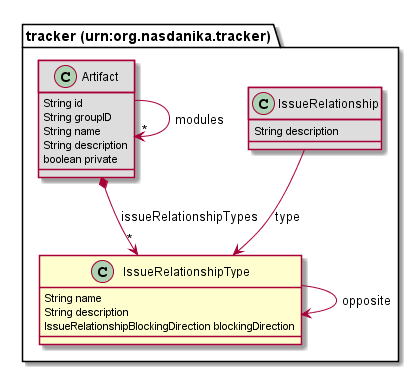
Before: org.nasdanika.tracker.repository/src/site/resources/modeldoc/75726e3a6f72672e6e617364616e696b612e747261636b6572/IssueRelationshipType.png, a diagram exported from PlantUML (Nasdanika/tracker). The source it was exported from:
```plantuml
@startuml
class "tracker (urn:org.nasdanika.tracker).IssueRelationshipType" [[#router/doc-content/75726e3a6f72672e6e617364616e696b612e747261636b6572/IssueRelationshipType.html]] {
	String name
	String description
	IssueRelationshipBlockingDirection blockingDirection
}
class "tracker (urn:org.nasdanika.tracker).IssueRelationship" [[#router/doc-content/75726e3a6f72672e6e617364616e696b612e747261636b6572/IssueRelationship.html{Relationship between issues.}]] #DDDDDD {
	String description
}
class "tracker (urn:org.nasdanika.tracker).Artifact" [[#router/doc-content/75726e3a6f72672e6e617364616e696b612e747261636b6572/Artifact.html{Maven artifact, a.k.a. }]] #DDDDDD {
	String id
	String groupID
	String name
	String description
	boolean private
}
"tracker (urn:org.nasdanika.tracker).IssueRelationship" --> "tracker (urn:org.nasdanika.tracker).IssueRelationshipType" : type
"tracker (urn:org.nasdanika.tracker).Artifact" --> "*" "tracker (urn:org.nasdanika.tracker).Artifact" : modules
"tracker (urn:org.nasdanika.tracker).Artifact" *--> "*" "tracker (urn:org.nasdanika.tracker).IssueRelationshipType" : issueRelationshipTypes
"tracker (urn:org.nasdanika.tracker).IssueRelationshipType" --> "tracker (urn:org.nasdanika.tracker).IssueRelationshipType" : opposite
@enduml
```
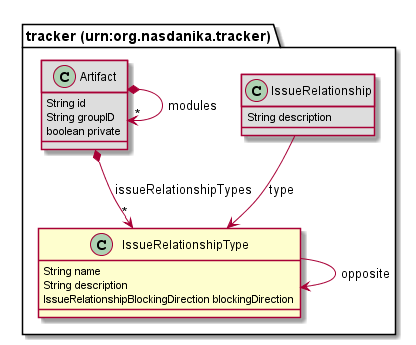
After the commit.

What changed in the source:
```diff
@@ -10,12 +10,10 @@
 class "tracker (urn:org.nasdanika.tracker).Artifact" [[#router/doc-content/75726e3a6f72672e6e617364616e696b612e747261636b6572/Artifact.html{Maven artifact, a.k.a. }]] #DDDDDD {
 	String id
 	String groupID
-	String name
-	String description
 	boolean private
 }
 "tracker (urn:org.nasdanika.tracker).IssueRelationship" --> "tracker (urn:org.nasdanika.tracker).IssueRelationshipType" : type
-"tracker (urn:org.nasdanika.tracker).Artifact" --> "*" "tracker (urn:org.nasdanika.tracker).Artifact" : modules
+"tracker (urn:org.nasdanika.tracker).Artifact" *--> "*" "tracker (urn:org.nasdanika.tracker).Artifact" : modules
 "tracker (urn:org.nasdanika.tracker).Artifact" *--> "*" "tracker (urn:org.nasdanika.tracker).IssueRelationshipType" : issueRelationshipTypes
 "tracker (urn:org.nasdanika.tracker).IssueRelationshipType" --> "tracker (urn:org.nasdanika.tracker).IssueRelationshipType" : opposite
 @enduml
```
